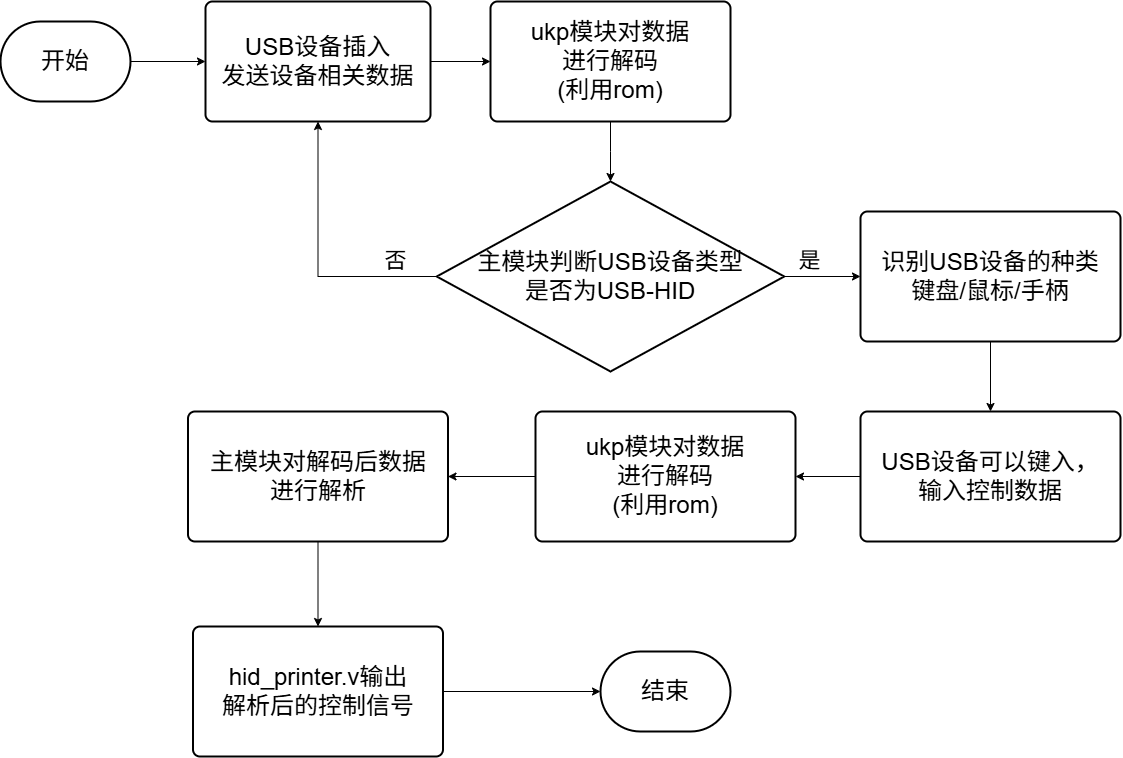
maple-m117/bysj_etc. keeps this draw.io diagram as USB-HOST_driver.png. Above is the earlier version. Source tidied: cells renumbered, new cells last; positions are measured from the earlier drawing's top-left corner, leaving out a move shared by most shapes.
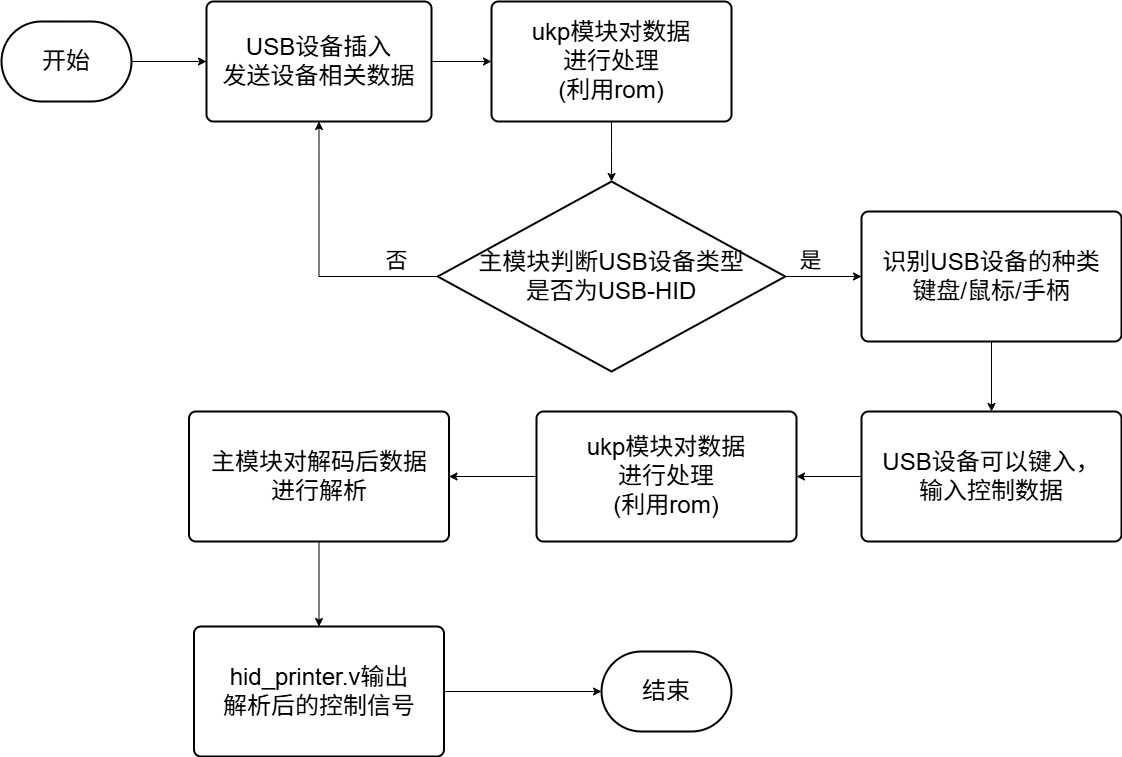
Later version of the same file.

The edit, as a diff of the source:
```diff
@@ -17,7 +17,7 @@
     <mxCell id="6" style="edgeStyle=orthogonalEdgeStyle;rounded=0;jettySize=auto;html=1;" parent="1" edge="1" source="7" target="12">
       <mxGeometry relative="1" as="geometry" />
     </mxCell>
-    <mxCell id="7" value="ukp模块对数据&lt;div&gt;进行解码&lt;/div&gt;&lt;div&gt;(利用rom)&lt;/div&gt;" style="rounded=1;whiteSpace=wrap;html=1;absoluteArcSize=1;arcSize=14;strokeWidth=2;fontSize=24;" parent="1" vertex="1">
+    <mxCell id="7" value="ukp模块对数据&lt;div&gt;进行处理&lt;/div&gt;&lt;div&gt;(利用rom)&lt;/div&gt;" style="rounded=1;whiteSpace=wrap;html=1;absoluteArcSize=1;arcSize=14;strokeWidth=2;fontSize=24;" parent="1" vertex="1">
       <mxGeometry x="490" width="240" height="120" as="geometry" />
     </mxCell>
     <mxCell id="8" style="edgeStyle=orthogonalEdgeStyle;rounded=0;jettySize=auto;html=1;exitX=0;exitY=0.5;exitDx=0;exitDy=0;entryX=1;entryY=0.5;entryDx=0;entryDy=0;" parent="1" edge="1" source="9" target="14">
@@ -38,7 +38,7 @@
     <mxCell id="13" style="edgeStyle=orthogonalEdgeStyle;rounded=0;jettySize=auto;html=1;" parent="1" edge="1" source="14" target="16">
       <mxGeometry relative="1" as="geometry" />
     </mxCell>
-    <mxCell id="14" value="ukp模块对数据&lt;div&gt;进行解码&lt;/div&gt;&lt;div&gt;(利用rom)&lt;/div&gt;" style="rounded=1;whiteSpace=wrap;html=1;absoluteArcSize=1;arcSize=14;strokeWidth=2;fontSize=24;" parent="1" vertex="1">
+    <mxCell id="14" value="ukp模块对数据&lt;div&gt;进行处理&lt;/div&gt;&lt;div&gt;(利用rom)&lt;/div&gt;" style="rounded=1;whiteSpace=wrap;html=1;absoluteArcSize=1;arcSize=14;strokeWidth=2;fontSize=24;" parent="1" vertex="1">
       <mxGeometry x="535" y="410" width="260" height="130" as="geometry" />
     </mxCell>
     <mxCell id="15" style="edgeStyle=orthogonalEdgeStyle;rounded=0;jettySize=auto;html=1;exitX=0.5;exitY=1;exitDx=0;exitDy=0;entryX=0.5;entryY=0;entryDx=0;entryDy=0;" parent="1" edge="1" source="16" target="18">
```
